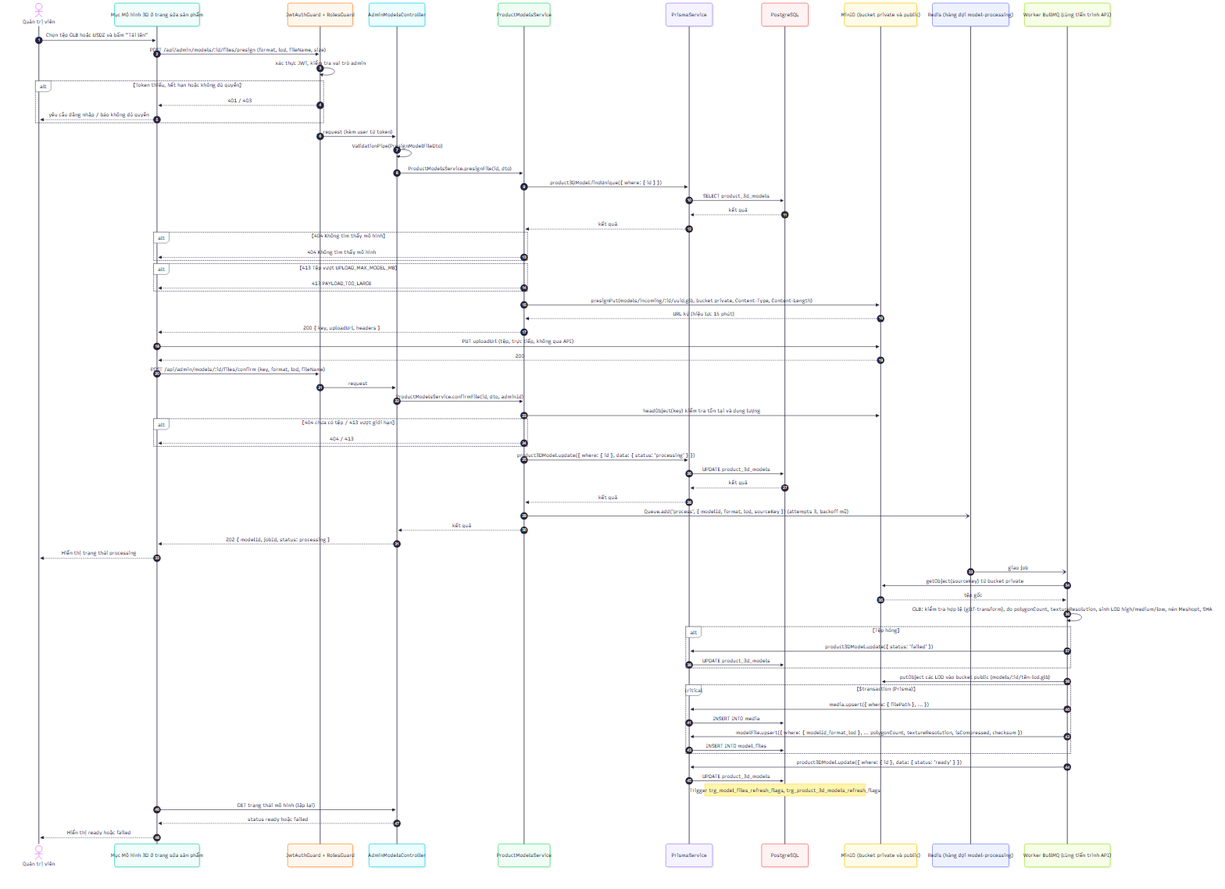
2431540234-arch/XDUDTMDT keeps this Mermaid diagram as docs/diagrams/png/sequence_UC-ADM-13_tai-va-quan-ly-mo-hinh-3d-san-pham.png. Above is the earlier version. Its source is kept beside it as docs/diagrams/src/sequence_UC-ADM-13_tai-va-quan-ly-mo-hinh-3d-san-pham.mmd.
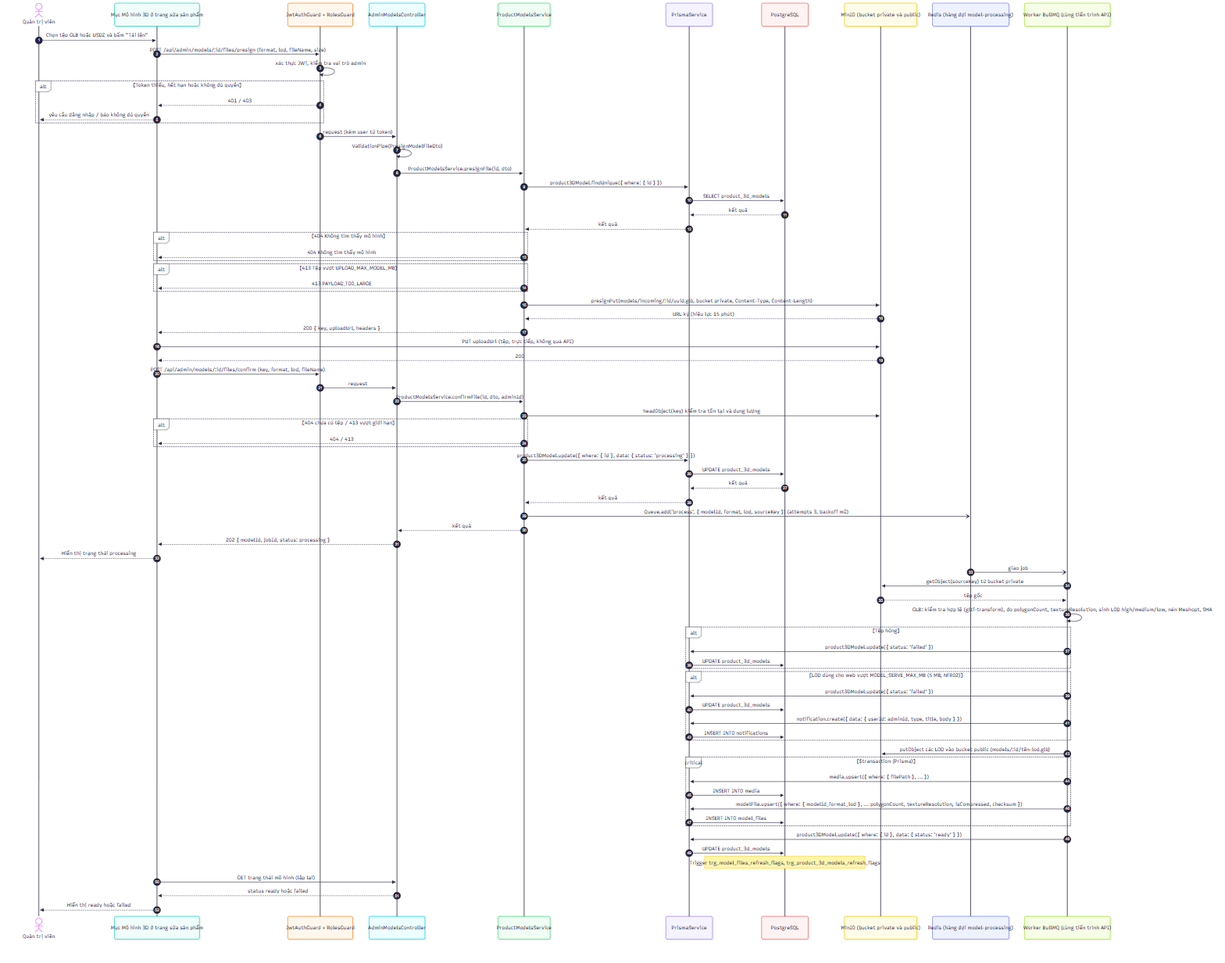
Above is the later version.

Change to the diagram source:
```diff
@@ -58,6 +58,12 @@
         W->>P: product3DModel.update({ status: 'failed' })
         P->>D: UPDATE product_3d_models
     end
+    alt LOD dùng cho web vượt MODEL_SERVE_MAX_MB (5 MB, NFR02)
+        W->>P: product3DModel.update({ status: 'failed' })
+        P->>D: UPDATE product_3d_models
+        W->>P: notification.create({ data: { userId: adminId, type, title, body } })
+        P->>D: INSERT INTO notifications
+    end
     W->>X: putObject các LOD vào bucket public (models/:id/tên-lod.glb)
     critical $transaction (Prisma)
         W->>P: media.upsert({ where: { filePath }, ... })
```
